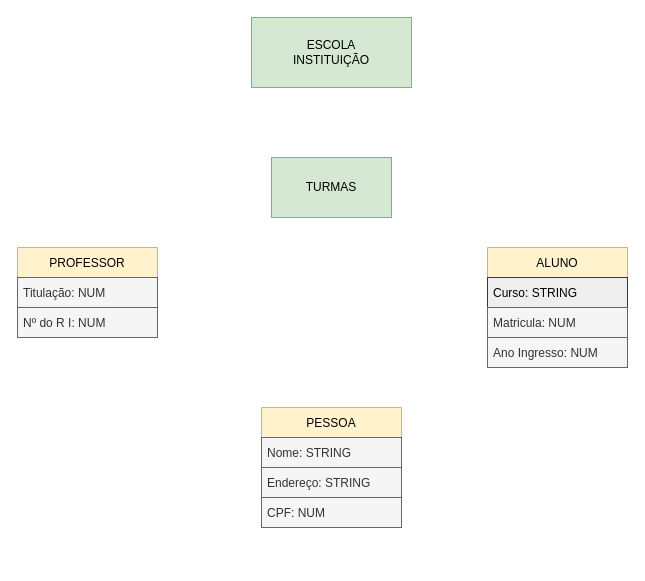
This is DiagramaDeClasse-POOII.drawio from alinealien/diagrama-de-classes-pooII, a draw.io file, before an edit. Source tidied: cells renumbered, new cells numbered last; positions are measured from the earlier drawing's top-left corner, leaving out a move shared by most shapes. Both pictures are drawn from the tidied source at 100%, with x=0, y=0 at pixel (17, 17).
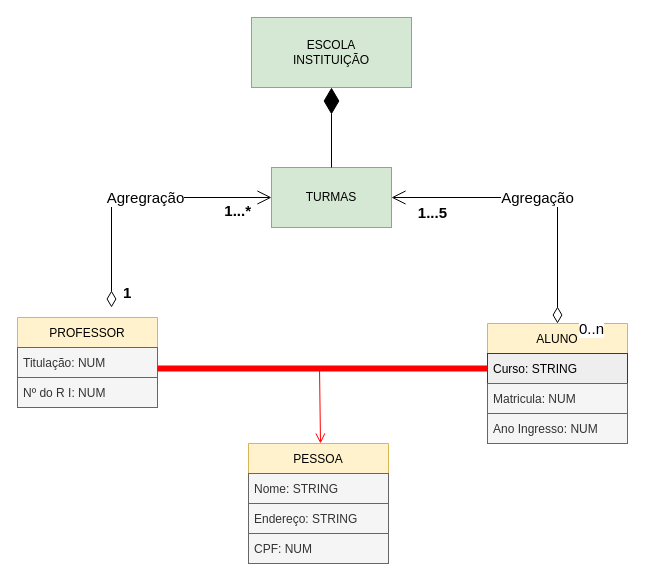
Above is the later version.

Change to the diagram source:
```diff
@@
     <mxCell id="3" value="TURMAS" style="rounded=0;whiteSpace=wrap;html=1;fillColor=#d5e8d4;strokeColor=#82b366;" parent="1" vertex="1">
-      <mxGeometry x="254" y="140" width="120" height="60" as="geometry" />
+      <mxGeometry x="254" y="150" width="120" height="60" as="geometry" />
     </mxCell>
     <mxCell id="4" value="PROFESSOR" style="swimlane;fontStyle=0;horizontal=1;startSize=30;fillColor=#fff2cc;strokeColor=#d6b656;" parent="1" vertex="1">
-      <mxGeometry y="230" width="140" height="90" as="geometry" />
+      <mxGeometry y="300" width="140" height="90" as="geometry" />
     </mxCell>
@@
     <mxCell id="7" value="ALUNO" style="swimlane;fontStyle=0;horizontal=1;startSize=30;fillColor=#fff2cc;strokeColor=#d6b656;" parent="1" vertex="1">
-      <mxGeometry x="470" y="230" width="140" height="120" as="geometry" />
+      <mxGeometry x="470" y="306" width="140" height="120" as="geometry" />
     </mxCell>
@@
     <mxCell id="11" value="PESSOA" style="swimlane;fontStyle=0;horizontal=1;startSize=30;fillColor=#fff2cc;strokeColor=#d6b656;" parent="1" vertex="1">
-      <mxGeometry x="244" y="390" width="140" height="120" as="geometry" />
+      <mxGeometry x="231" y="426" width="140" height="120" as="geometry" />
     </mxCell>
@@
+    <mxCell id="15" value="Agregração" style="endArrow=open;html=1;endSize=12;startArrow=diamondThin;startSize=14;startFill=0;edgeStyle=orthogonalEdgeStyle;rounded=0;fontSize=15;" parent="1" edge="1">
+      <mxGeometry x="0.07" relative="1" as="geometry">
+        <mxPoint x="94" y="290" as="sourcePoint" />
+        <mxPoint x="254" y="180" as="targetPoint" />
+        <Array as="points">
+          <mxPoint x="94" y="180" />
+        </Array>
+      </mxGeometry>
+    </mxCell>
+    <mxCell id="16" value="1" style="edgeLabel;html=1;align=left;verticalAlign=top;fontStyle=1;fontSize=15;" parent="15" vertex="1">
+      <mxGeometry x="-1" relative="1" as="geometry">
+        <mxPoint x="10" y="-30" as="offset" />
+      </mxGeometry>
+    </mxCell>
+    <mxCell id="17" value="1...*" style="edgeLabel;html=1;align=right;verticalAlign=top;fontStyle=1;fontSize=15;" parent="15" vertex="1">
+      <mxGeometry x="1" relative="1" as="geometry">
+        <mxPoint x="-20" y="-2" as="offset" />
+      </mxGeometry>
+    </mxCell>
+    <mxCell id="18" style="endArrow=diamondThin;endFill=1;endSize=24;html=1;rounded=0;fontSize=15;exitX=0.5;exitY=0;exitDx=0;exitDy=0;" parent="1" edge="1" source="3">
+      <mxGeometry relative="1" as="geometry">
+        <mxPoint x="314" y="70" as="targetPoint" />
+      </mxGeometry>
+    </mxCell>
+    <mxCell id="19" value="Agregação" style="endArrow=open;html=1;endSize=12;startArrow=diamondThin;startSize=14;startFill=0;edgeStyle=orthogonalEdgeStyle;rounded=0;fontSize=15;exitX=0.5;exitY=0;exitDx=0;exitDy=0;" parent="1" edge="1" source="7" target="3">
+      <mxGeometry relative="1" as="geometry">
+        <Array as="points">
+          <mxPoint x="540" y="180" />
+        </Array>
+      </mxGeometry>
+    </mxCell>
+    <mxCell id="20" value="0..n" style="edgeLabel;html=1;align=left;verticalAlign=top;fontSize=15;" parent="19" vertex="1">
+      <mxGeometry x="-1" relative="1" as="geometry">
+        <mxPoint x="20" y="-10" as="offset" />
+      </mxGeometry>
+    </mxCell>
+    <mxCell id="21" value="&lt;b&gt;1...5&lt;/b&gt;" style="edgeLabel;html=1;align=right;verticalAlign=top;fontSize=15;" parent="19" vertex="1">
+      <mxGeometry x="1" relative="1" as="geometry">
+        <mxPoint x="56" as="offset" />
+      </mxGeometry>
+    </mxCell>
+    <mxCell id="22" style="shape=line;html=1;strokeWidth=6;strokeColor=#ff0000;fontSize=15;" parent="1" vertex="1">
+      <mxGeometry x="140" y="346" width="330" height="10" as="geometry" />
+    </mxCell>
+    <mxCell id="23" style="edgeStyle=orthogonalEdgeStyle;html=1;verticalAlign=bottom;endArrow=open;endSize=8;strokeColor=#ff0000;rounded=0;fontSize=15;exitX=0.491;exitY=0.46;exitDx=0;exitDy=0;exitPerimeter=0;" parent="1" edge="1" source="22">
+      <mxGeometry relative="1" as="geometry">
+        <mxPoint x="303" y="426" as="targetPoint" />
+        <Array as="points">
+          <mxPoint x="303" y="351" />
+        </Array>
+      </mxGeometry>
+    </mxCell>
```
